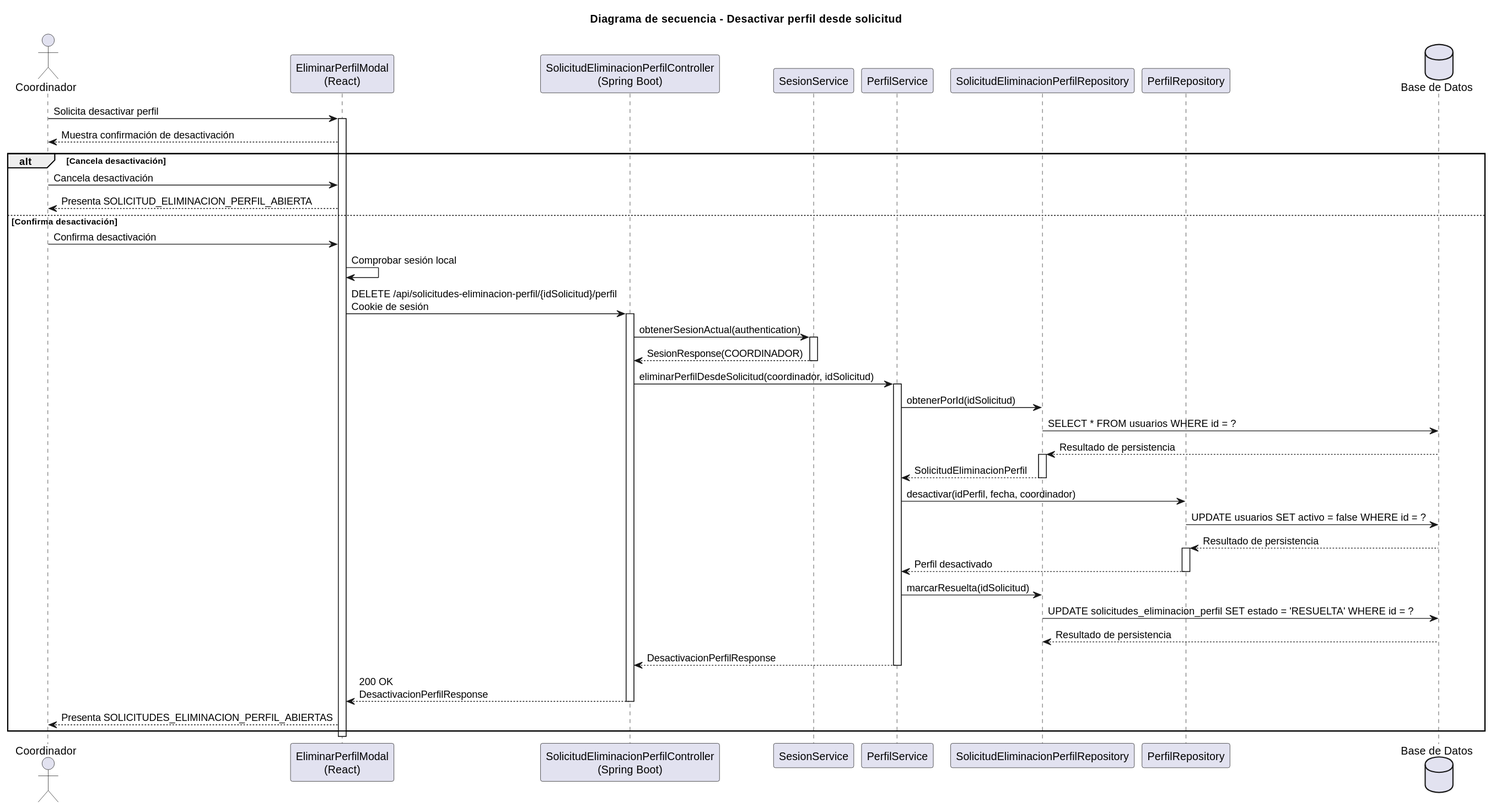
The PlantUML diagram images/RUP/02-diseño/casos-uso/coordinador/eliminarPerfil/secuencia.svg in beatriizorozco/25-26-idsw2-sdVC, before a commit.
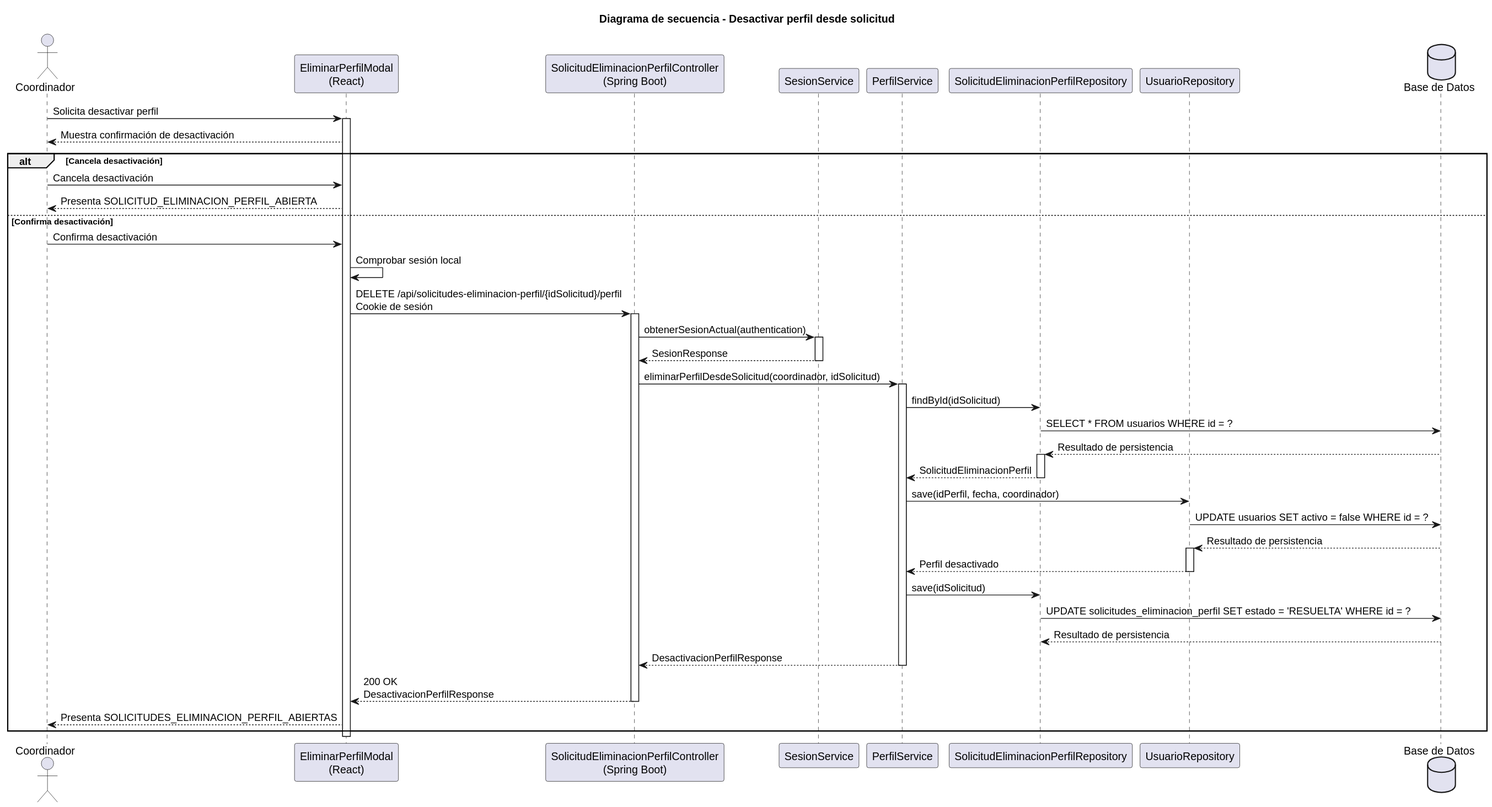
After the commit.

Change to the diagram source:
```diff
@@ -7,7 +7,7 @@
 participant "SesionService" as Sesion
 participant "PerfilService" as PerfilService
 participant "SolicitudEliminacionPerfilRepository" as SolicitudRepository
-participant "PerfilRepository" as PerfilRepository
+participant "UsuarioRepository" as PerfilRepository
 database "Base de Datos" as DB
 
 Coordinador -> Frontend: Solicita desactivar perfil
@@ -23,23 +23,23 @@
     activate Api
     Api -> Sesion: obtenerSesionActual(authentication)
     activate Sesion
-    Sesion --> Api: SesionResponse(COORDINADOR)
+    Sesion --> Api: SesionResponse
     deactivate Sesion
     Api -> PerfilService: eliminarPerfilDesdeSolicitud(coordinador, idSolicitud)
     activate PerfilService
-    PerfilService -> SolicitudRepository: obtenerPorId(idSolicitud)
+    PerfilService -> SolicitudRepository: findById(idSolicitud)
     SolicitudRepository -> DB: SELECT * FROM usuarios WHERE id = ?
     DB --> SolicitudRepository: Resultado de persistencia
     activate SolicitudRepository
     SolicitudRepository --> PerfilService: SolicitudEliminacionPerfil
     deactivate SolicitudRepository
-    PerfilService -> PerfilRepository: desactivar(idPerfil, fecha, coordinador)
+    PerfilService -> PerfilRepository: save(idPerfil, fecha, coordinador)
     PerfilRepository -> DB: UPDATE usuarios SET activo = false WHERE id = ?
     DB --> PerfilRepository: Resultado de persistencia
     activate PerfilRepository
     PerfilRepository --> PerfilService: Perfil desactivado
     deactivate PerfilRepository
-    PerfilService -> SolicitudRepository: marcarResuelta(idSolicitud)
+    PerfilService -> SolicitudRepository: save(idSolicitud)
     SolicitudRepository -> DB: UPDATE solicitudes_eliminacion_perfil SET estado = 'RESUELTA' WHERE id = ?
     DB --> SolicitudRepository: Resultado de persistencia
     PerfilService --> Api: DesactivacionPerfilResponse
```
